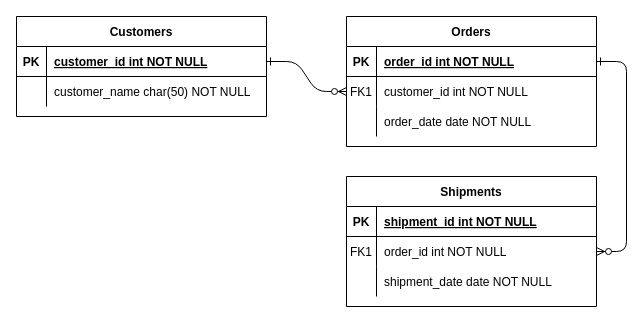
mmmaaaariii/mygoal.ex keeps this draw.io diagram as 継続はちから.drawio. Above is the earlier version. Source tidied: cells renumbered, new cells numbered last; positions are measured from the earlier drawing's top-left corner, leaving out a move shared by most shapes. Both pictures are drawn from the tidied source at 100%, with x=0, y=0 at pixel (16, 16).
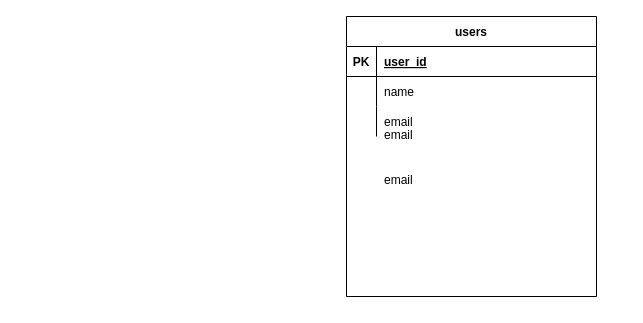
The same page after the edit.

Commit message:
継続はちから.drawio を更新します

The change refers to these unchanged cells:
```xml
<mxCell id="5" style="shape=partialRectangle;fillColor=none;points=[[0,0.5],[1,0.5]];portConstraint=eastwest;top=0;left=0;right=0;bottom=1;" parent="4" vertex="1">
  <mxGeometry y="30" width="250" height="30" as="geometry" />
</mxCell>
<mxCell id="8" style="shape=partialRectangle;fillColor=none;points=[[0,0.5],[1,0.5]];portConstraint=eastwest;top=0;left=0;right=0;bottom=0;" parent="4" vertex="1">
  <mxGeometry y="60" width="250" height="30" as="geometry" />
</mxCell>
<mxCell id="11" style="shape=partialRectangle;fillColor=none;top=0;left=0;right=0;bottom=0;" parent="4" vertex="1">
  <mxGeometry y="90" width="250" height="30" as="geometry" />
</mxCell>
```

What changed in the source:
```diff
@@
-    <mxCell id="2" style="edgeStyle=entityRelationEdgeStyle;endArrow=ERzeroToMany;startArrow=ERone;endFill=1;startFill=0;" parent="1" edge="1" source="25" target="8">
-      <mxGeometry relative="1" as="geometry" />
-    </mxCell>
-    <mxCell id="3" style="edgeStyle=entityRelationEdgeStyle;endArrow=ERzeroToMany;startArrow=ERone;endFill=1;startFill=0;" parent="1" edge="1" source="5" target="18">
-      <mxGeometry relative="1" as="geometry" />
-    </mxCell>
-    <mxCell id="4" value="Orders" style="shape=table;startSize=30;childLayout=tableLayout;rowLines=0;fontStyle=1;align=center;" parent="1" vertex="1">
-      <mxGeometry x="330" width="250" height="130" as="geometry" />
+    <mxCell id="4" value="users" style="shape=table;startSize=30;childLayout=tableLayout;rowLines=0;fontStyle=1;align=center;" parent="1" vertex="1">
+      <mxGeometry x="330" width="250" height="280" as="geometry" />
     </mxCell>
@@
-    <mxCell id="7" value="order_id int NOT NULL " style="shape=partialRectangle;overflow=hidden;fillColor=none;top=0;left=0;bottom=0;right=0;align=left;spacingLeft=6;fontStyle=5;" parent="5" vertex="1">
+    <mxCell id="7" value="user_id" style="shape=partialRectangle;overflow=hidden;fillColor=none;top=0;left=0;bottom=0;right=0;align=left;spacingLeft=6;fontStyle=5;" parent="5" vertex="1">
       <mxGeometry x="30" width="220" height="30" as="geometry" />
     </mxCell>
@@
-    <mxCell id="9" value="FK1" style="shape=partialRectangle;overflow=hidden;fillColor=none;top=0;left=0;bottom=0;right=0;" parent="8" vertex="1">
+    <mxCell id="9" style="shape=partialRectangle;overflow=hidden;fillColor=none;top=0;left=0;bottom=0;right=0;" parent="8" vertex="1">
       <mxGeometry width="30" height="30" as="geometry" />
     </mxCell>
-    <mxCell id="10" value="customer_id int NOT NULL" style="shape=partialRectangle;overflow=hidden;fillColor=none;top=0;left=0;bottom=0;right=0;align=left;spacingLeft=6;" parent="8" vertex="1">
+    <mxCell id="10" value="name" style="shape=partialRectangle;overflow=hidden;fillColor=none;top=0;left=0;bottom=0;right=0;align=left;spacingLeft=6;" parent="8" vertex="1">
       <mxGeometry x="30" width="220" height="30" as="geometry" />
     </mxCell>
@@
-    <mxCell id="13" value="order_date date NOT NULL" style="shape=partialRectangle;overflow=hidden;fillColor=none;top=0;left=0;bottom=0;right=0;align=left;spacingLeft=6;" parent="11" vertex="1">
+    <mxCell id="13" value="email" style="shape=partialRectangle;overflow=hidden;fillColor=none;top=0;left=0;bottom=0;right=0;align=left;spacingLeft=6;" parent="11" vertex="1">
       <mxGeometry x="30" width="220" height="30" as="geometry" />
     </mxCell>
-    <mxCell id="14" value="Shipments" style="shape=table;startSize=30;childLayout=tableLayout;rowLines=0;fontStyle=1;align=center;" parent="1" vertex="1">
-      <mxGeometry x="330" y="160" width="250" height="130" as="geometry" />
-    </mxCell>
-    <mxCell id="15" style="shape=partialRectangle;fillColor=none;top=0;left=0;right=0;bottom=1;" parent="14" vertex="1">
-      <mxGeometry y="30" width="250" height="30" as="geometry" />
-    </mxCell>
-    <mxCell id="16" value="PK" style="shape=partialRectangle;overflow=hidden;fillColor=none;top=0;left=0;bottom=0;right=0;fontStyle=1;" parent="15" vertex="1">
-      <mxGeometry width="30" height="30" as="geometry" />
-    </mxCell>
-    <mxCell id="17" value="shipment_id int NOT NULL " style="shape=partialRectangle;overflow=hidden;fillColor=none;top=0;left=0;bottom=0;right=0;align=left;spacingLeft=6;fontStyle=5;" parent="15" vertex="1">
-      <mxGeometry x="30" width="220" height="30" as="geometry" />
-    </mxCell>
-    <mxCell id="18" style="shape=partialRectangle;fillColor=none;points=[[0,0.5],[1,0.5]];portConstraint=eastwest;top=0;left=0;right=0;bottom=0;" parent="14" vertex="1">
-      <mxGeometry y="60" width="250" height="30" as="geometry" />
-    </mxCell>
-    <mxCell id="19" value="FK1" style="shape=partialRectangle;overflow=hidden;fillColor=none;top=0;left=0;bottom=0;right=0;" parent="18" vertex="1">
-      <mxGeometry width="30" height="30" as="geometry" />
-    </mxCell>
-    <mxCell id="20" value="order_id int NOT NULL" style="shape=partialRectangle;overflow=hidden;fillColor=none;top=0;left=0;bottom=0;right=0;align=left;spacingLeft=6;" parent="18" vertex="1">
-      <mxGeometry x="30" width="220" height="30" as="geometry" />
-    </mxCell>
-    <mxCell id="21" style="shape=partialRectangle;fillColor=none;top=0;left=0;right=0;bottom=0;" parent="14" vertex="1">
-      <mxGeometry y="90" width="250" height="30" as="geometry" />
-    </mxCell>
-    <mxCell id="22" style="shape=partialRectangle;overflow=hidden;fillColor=none;top=0;left=0;bottom=0;right=0;" parent="21" vertex="1">
-      <mxGeometry width="30" height="30" as="geometry" />
-    </mxCell>
-    <mxCell id="23" value="shipment_date date NOT NULL" style="shape=partialRectangle;overflow=hidden;fillColor=none;top=0;left=0;bottom=0;right=0;align=left;spacingLeft=6;" parent="21" vertex="1">
-      <mxGeometry x="30" width="220" height="30" as="geometry" />
-    </mxCell>
-    <mxCell id="24" value="Customers" style="shape=table;startSize=30;childLayout=tableLayout;rowLines=0;fontStyle=1;align=center;" parent="1" vertex="1">
-      <mxGeometry width="250" height="100" as="geometry" />
-    </mxCell>
-    <mxCell id="25" style="shape=partialRectangle;fillColor=none;points=[[0,0.5],[1,0.5]];portConstraint=eastwest;top=0;left=0;right=0;bottom=1;" parent="24" vertex="1">
-      <mxGeometry y="30" width="250" height="30" as="geometry" />
-    </mxCell>
-    <mxCell id="26" value="PK" style="shape=partialRectangle;overflow=hidden;fillColor=none;top=0;left=0;bottom=0;right=0;fontStyle=1;" parent="25" vertex="1">
-      <mxGeometry width="30" height="30" as="geometry" />
-    </mxCell>
-    <mxCell id="27" value="customer_id int NOT NULL " style="shape=partialRectangle;overflow=hidden;fillColor=none;top=0;left=0;bottom=0;right=0;align=left;spacingLeft=6;fontStyle=5;" parent="25" vertex="1">
-      <mxGeometry x="30" width="220" height="30" as="geometry" />
-    </mxCell>
-    <mxCell id="28" style="shape=partialRectangle;fillColor=none;top=0;left=0;right=0;bottom=0;" parent="24" vertex="1">
-      <mxGeometry y="60" width="250" height="30" as="geometry" />
-    </mxCell>
-    <mxCell id="29" style="shape=partialRectangle;overflow=hidden;fillColor=none;top=0;left=0;bottom=0;right=0;" parent="28" vertex="1">
-      <mxGeometry width="30" height="30" as="geometry" />
-    </mxCell>
-    <mxCell id="30" value="customer_name char(50) NOT NULL" style="shape=partialRectangle;overflow=hidden;fillColor=none;top=0;left=0;bottom=0;right=0;align=left;spacingLeft=6;" parent="28" vertex="1">
-      <mxGeometry x="30" width="220" height="30" as="geometry" />
-    </mxCell>
+    <mxCell id="31" value="email" style="shape=partialRectangle;overflow=hidden;fillColor=none;top=0;left=0;bottom=0;right=0;align=left;spacingLeft=6;" parent="1" vertex="1">
+      <mxGeometry x="360" y="103" width="220" height="30" as="geometry" />
+    </mxCell>
+    <mxCell id="32" style="shape=partialRectangle;overflow=hidden;fillColor=none;top=0;left=0;bottom=0;right=0;" parent="1" vertex="1">
+      <mxGeometry x="310" y="188" width="30" height="30" as="geometry" />
+    </mxCell>
+    <mxCell id="33" value="email" style="shape=partialRectangle;overflow=hidden;fillColor=none;top=0;left=0;bottom=0;right=0;align=left;spacingLeft=6;" parent="1" vertex="1">
+      <mxGeometry x="360" y="148" width="220" height="30" as="geometry" />
+    </mxCell>
```
